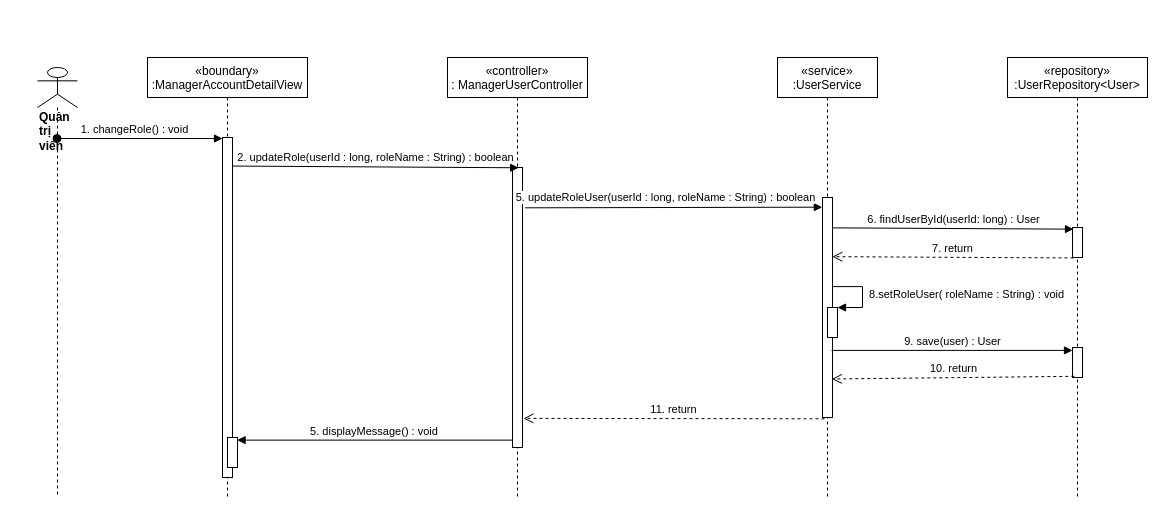
This is sequence diagram/view-setRoleUser-manager-sequence.drawio from nguyenphamvan/datn_20202, a draw.io file, before an edit. Source tidied: cells renumbered, new cells numbered last; positions are measured from the earlier drawing's top-left corner, leaving out a move shared by most shapes. Both pictures are drawn from the tidied source at 100%, with x=0, y=0 at pixel (37, 57).
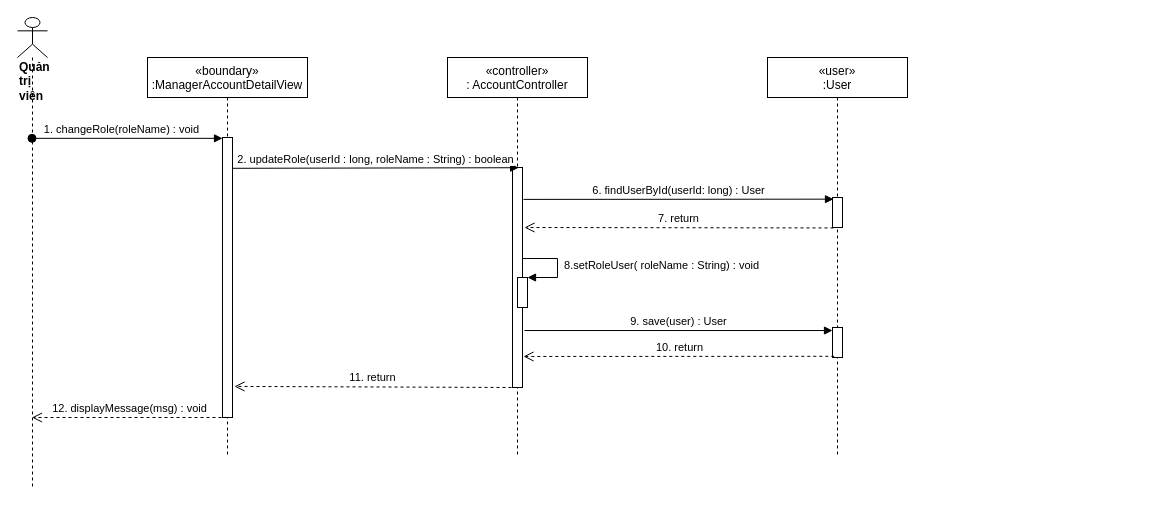
Above is the later version.

What changed in the source:
```diff
@@
-    <mxCell id="2" value="«controller»&#10;: ManagerUserController" style="shape=umlLifeline;perimeter=lifelinePerimeter;rounded=0;shadow=0;strokeWidth=1;" parent="1" vertex="1">
-      <mxGeometry x="410" width="140" height="440" as="geometry" />
+    <mxCell id="2" value="«controller»&#10;: AccountController" style="shape=umlLifeline;perimeter=lifelinePerimeter;rounded=0;shadow=0;strokeWidth=1;" parent="1" vertex="1">
+      <mxGeometry x="410" width="140" height="400" as="geometry" />
     </mxCell>
     <mxCell id="3" style="points=[];perimeter=orthogonalPerimeter;rounded=0;shadow=0;strokeWidth=1;" parent="2" vertex="1">
-      <mxGeometry x="65" y="110" width="10" height="280" as="geometry" />
+      <mxGeometry x="65" y="110" width="10" height="220" as="geometry" />
     </mxCell>
     <mxCell id="4" value="&lt;div&gt;&lt;b&gt;Quản trị viên&lt;/b&gt;&lt;/div&gt;" style="shape=umlLifeline;participant=umlActor;perimeter=lifelinePerimeter;whiteSpace=wrap;html=1;verticalAlign=top;spacingTop=36;outlineConnect=0;align=left;size=40;" parent="1" vertex="1">
-      <mxGeometry y="10" width="40" height="430" as="geometry" />
+      <mxGeometry x="-20" y="-40" width="30" height="470" as="geometry" />
     </mxCell>
-    <mxCell id="5" value="1. changeRole() : void" style="verticalAlign=bottom;startArrow=oval;endArrow=block;startSize=8;shadow=0;strokeWidth=1;entryX=0;entryY=0.003;entryDx=0;entryDy=0;entryPerimeter=0;" parent="1" edge="1" source="4" target="19">
+    <mxCell id="5" value="1. changeRole(roleName) : void" style="verticalAlign=bottom;startArrow=oval;endArrow=block;startSize=8;shadow=0;strokeWidth=1;entryX=0;entryY=0.003;entryDx=0;entryDy=0;entryPerimeter=0;" parent="1" edge="1" source="4" target="19">
       <mxGeometry x="-0.06" relative="1" as="geometry" />
     </mxCell>
-    <mxCell id="6" value="«service»&#10;:UserService" style="shape=umlLifeline;perimeter=lifelinePerimeter;rounded=0;shadow=0;strokeWidth=1;" parent="1" vertex="1">
-      <mxGeometry x="740" width="100" height="440" as="geometry" />
-    </mxCell>
-    <mxCell id="7" style="points=[];perimeter=orthogonalPerimeter;rounded=0;shadow=0;strokeWidth=1;" parent="6" vertex="1">
-      <mxGeometry x="45" y="140" width="10" height="220" as="geometry" />
-    </mxCell>
-    <mxCell id="8" value="2. updateRole(userId : long, roleName : String) : boolean" style="html=1;verticalAlign=bottom;endArrow=block;entryX=0.617;entryY=0.001;entryDx=0;entryDy=0;entryPerimeter=0;exitX=1;exitY=0.084;exitDx=0;exitDy=0;exitPerimeter=0;" parent="1" edge="1" source="19" target="3">
+    <mxCell id="8" value="2. updateRole(userId : long, roleName : String) : boolean" style="html=1;verticalAlign=bottom;endArrow=block;entryX=0.617;entryY=0.001;entryDx=0;entryDy=0;entryPerimeter=0;exitX=1;exitY=0.11;exitDx=0;exitDy=0;exitPerimeter=0;" parent="1" edge="1" source="19" target="3">
       <mxGeometry relative="1" as="geometry" />
     </mxCell>
-    <mxCell id="9" style="html=1;verticalAlign=bottom;endArrow=block;exitX=1.26;exitY=0.144;exitDx=0;exitDy=0;exitPerimeter=0;entryX=-0.02;entryY=0.044;entryDx=0;entryDy=0;entryPerimeter=0;" parent="1" edge="1" source="3" target="7">
-      <mxGeometry relative="1" as="geometry" />
-    </mxCell>
-    <mxCell id="10" value="5. updateRoleUser(userId : long, roleName : String) : boolean" style="edgeLabel;html=1;align=center;verticalAlign=middle;" parent="9" vertex="1">
-      <mxGeometry x="-0.08" y="4" relative="1" as="geometry">
-        <mxPoint x="3" y="-7" as="offset" />
-      </mxGeometry>
-    </mxCell>
-    <mxCell id="11" value="11. return" style="html=1;verticalAlign=bottom;endArrow=open;dashed=1;endSize=8;exitX=0.2;exitY=1.006;exitDx=0;exitDy=0;exitPerimeter=0;entryX=1.1;entryY=0.896;entryDx=0;entryDy=0;entryPerimeter=0;" parent="1" edge="1" source="7" target="3">
-      <mxGeometry relative="1" as="geometry" />
-    </mxCell>
-    <mxCell id="12" value="5. displayMessage() : void" style="verticalAlign=bottom;endArrow=block;shadow=0;strokeWidth=1;entryX=0.96;entryY=0.087;entryDx=0;entryDy=0;entryPerimeter=0;" parent="1" edge="1" source="3" target="20">
-      <mxGeometry relative="1" as="geometry" />
-    </mxCell>
-    <mxCell id="13" value="«repository»&#10;:UserRepository&lt;User&gt;" style="shape=umlLifeline;perimeter=lifelinePerimeter;rounded=0;shadow=0;strokeWidth=1;" parent="1" vertex="1">
-      <mxGeometry x="970" width="140" height="440" as="geometry" />
+    <mxCell id="13" value="«user»&#10;:User" style="shape=umlLifeline;perimeter=lifelinePerimeter;rounded=0;shadow=0;strokeWidth=1;" parent="1" vertex="1">
+      <mxGeometry x="730" width="140" height="400" as="geometry" />
     </mxCell>
     <mxCell id="14" style="points=[];perimeter=orthogonalPerimeter;rounded=0;shadow=0;strokeWidth=1;" parent="13" vertex="1">
-      <mxGeometry x="65" y="170" width="10" height="30" as="geometry" />
+      <mxGeometry x="65" y="140" width="10" height="30" as="geometry" />
     </mxCell>
     <mxCell id="15" style="html=1;points=[];perimeter=orthogonalPerimeter;" parent="13" vertex="1">
-      <mxGeometry x="65" y="290" width="10" height="30" as="geometry" />
+      <mxGeometry x="65" y="270" width="10" height="30" as="geometry" />
     </mxCell>
-    <mxCell id="16" value="6. findUserById(userId: long) : User" style="html=1;verticalAlign=bottom;endArrow=block;entryX=0.1;entryY=0.055;entryDx=0;entryDy=0;entryPerimeter=0;exitX=0.98;exitY=0.138;exitDx=0;exitDy=0;exitPerimeter=0;" parent="1" edge="1" source="7" target="14">
+    <mxCell id="16" value="6. findUserById(userId: long) : User" style="html=1;verticalAlign=bottom;endArrow=block;entryX=0.1;entryY=0.055;entryDx=0;entryDy=0;entryPerimeter=0;exitX=1.1;exitY=0.145;exitDx=0;exitDy=0;exitPerimeter=0;" parent="1" edge="1" source="3" target="14">
       <mxGeometry relative="1" as="geometry" />
     </mxCell>
-    <mxCell id="17" value="7. return" style="html=1;verticalAlign=bottom;endArrow=open;dashed=1;endSize=8;exitX=0.1;exitY=1.015;exitDx=0;exitDy=0;exitPerimeter=0;entryX=0.98;entryY=0.269;entryDx=0;entryDy=0;entryPerimeter=0;" parent="1" edge="1" source="14" target="7">
-      <mxGeometry relative="1" as="geometry" />
+    <mxCell id="17" value="7. return" style="html=1;verticalAlign=bottom;endArrow=open;dashed=1;endSize=8;exitX=0.1;exitY=1.015;exitDx=0;exitDy=0;exitPerimeter=0;" parent="1" edge="1" source="14">
+      <mxGeometry relative="1" as="geometry">
+        <mxPoint x="487" y="170" as="targetPoint" />
+      </mxGeometry>
     </mxCell>
     <mxCell id="18" value="«boundary»&#10;:ManagerAccountDetailView" style="shape=umlLifeline;perimeter=lifelinePerimeter;rounded=0;shadow=0;strokeWidth=1;" parent="1" vertex="1">
-      <mxGeometry x="110" width="160" height="440" as="geometry" />
+      <mxGeometry x="110" width="160" height="400" as="geometry" />
     </mxCell>
     <mxCell id="19" style="points=[];perimeter=orthogonalPerimeter;rounded=0;shadow=0;strokeWidth=1;" parent="18" vertex="1">
-      <mxGeometry x="75" y="80" width="10" height="340" as="geometry" />
+      <mxGeometry x="75" y="80" width="10" height="280" as="geometry" />
     </mxCell>
-    <mxCell id="20" style="html=1;points=[];perimeter=orthogonalPerimeter;" parent="18" vertex="1">
-      <mxGeometry x="80" y="380" width="10" height="30" as="geometry" />
-    </mxCell>
-    <mxCell id="21" value="9. save(user) : User" style="html=1;verticalAlign=bottom;endArrow=block;exitX=0.9;exitY=0.695;exitDx=0;exitDy=0;exitPerimeter=0;" parent="1" edge="1" source="7" target="15">
+    <mxCell id="21" value="9. save(user) : User" style="html=1;verticalAlign=bottom;endArrow=block;exitX=1.2;exitY=0.741;exitDx=0;exitDy=0;exitPerimeter=0;" parent="1" edge="1" source="3" target="15">
       <mxGeometry relative="1" as="geometry" />
     </mxCell>
-    <mxCell id="22" value="10. return" style="html=1;verticalAlign=bottom;endArrow=open;dashed=1;endSize=8;exitX=0.18;exitY=0.96;exitDx=0;exitDy=0;exitPerimeter=0;entryX=0.94;entryY=0.825;entryDx=0;entryDy=0;entryPerimeter=0;" parent="1" edge="1" source="15" target="7">
+    <mxCell id="22" value="10. return" style="html=1;verticalAlign=bottom;endArrow=open;dashed=1;endSize=8;exitX=0.18;exitY=0.96;exitDx=0;exitDy=0;exitPerimeter=0;entryX=1.1;entryY=0.859;entryDx=0;entryDy=0;entryPerimeter=0;" parent="1" edge="1" source="15" target="3">
       <mxGeometry relative="1" as="geometry" />
     </mxCell>
     <mxCell id="23" style="html=1;points=[];perimeter=orthogonalPerimeter;" parent="1" vertex="1">
-      <mxGeometry x="790" y="250" width="10" height="30" as="geometry" />
+      <mxGeometry x="480" y="220" width="10" height="30" as="geometry" />
     </mxCell>
-    <mxCell id="24" value="&amp;nbsp;8.setRoleUser( roleName : String) : void" style="edgeStyle=orthogonalEdgeStyle;html=1;align=left;spacingLeft=2;endArrow=block;rounded=0;entryX=1;entryY=0;exitX=1;exitY=0.405;exitDx=0;exitDy=0;exitPerimeter=0;" parent="1" edge="1" source="7" target="23">
+    <mxCell id="24" value="&amp;nbsp;8.setRoleUser( roleName : String) : void" style="edgeStyle=orthogonalEdgeStyle;html=1;align=left;spacingLeft=2;endArrow=block;rounded=0;entryX=1;entryY=0;" parent="1" edge="1" target="23">
       <mxGeometry relative="1" as="geometry">
+        <mxPoint x="485" y="201" as="sourcePoint" />
         <Array as="points">
-          <mxPoint x="825" y="229" />
-          <mxPoint x="825" y="250" />
+          <mxPoint x="520" y="201" />
+          <mxPoint x="520" y="220" />
         </Array>
       </mxGeometry>
     </mxCell>
+    <mxCell id="11" value="11. return" style="html=1;verticalAlign=bottom;endArrow=open;dashed=1;endSize=8;entryX=1.2;entryY=0.889;entryDx=0;entryDy=0;entryPerimeter=0;exitX=-0.1;exitY=1;exitDx=0;exitDy=0;exitPerimeter=0;" parent="1" edge="1" source="3" target="19">
+      <mxGeometry relative="1" as="geometry" />
+    </mxCell>
+    <mxCell id="25" value="12. displayMessage(msg) : void" style="html=1;verticalAlign=bottom;endArrow=open;dashed=1;endSize=8;exitX=0.5;exitY=1;exitDx=0;exitDy=0;exitPerimeter=0;" parent="1" edge="1" source="19" target="4">
+      <mxGeometry relative="1" as="geometry" />
+    </mxCell>
```
